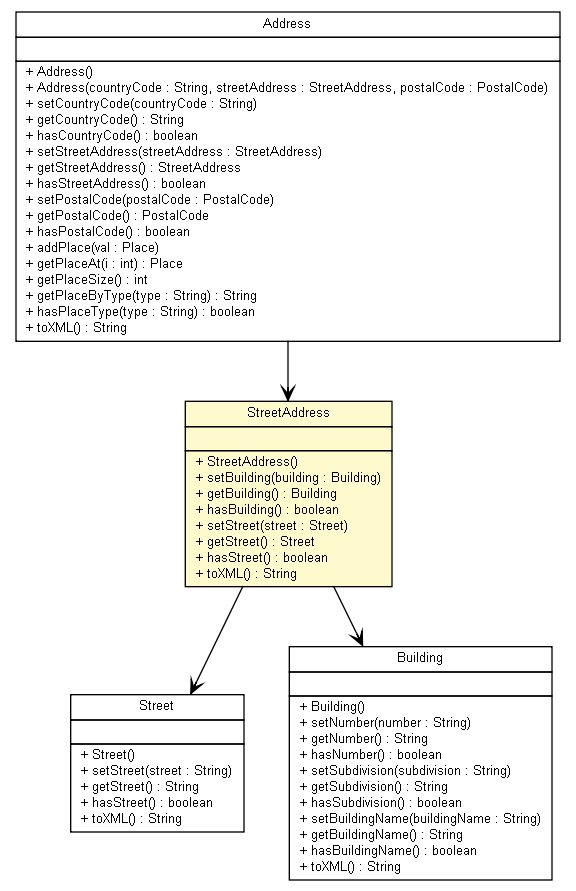
geozet/openls-databinding keeps this Graphviz diagram as apidocs/nl/geozet/openls/databinding/openls/StreetAddress.png. Above is the earlier version. Its source is kept beside it as apidocs/nl/geozet/openls/databinding/openls/StreetAddress.dot.
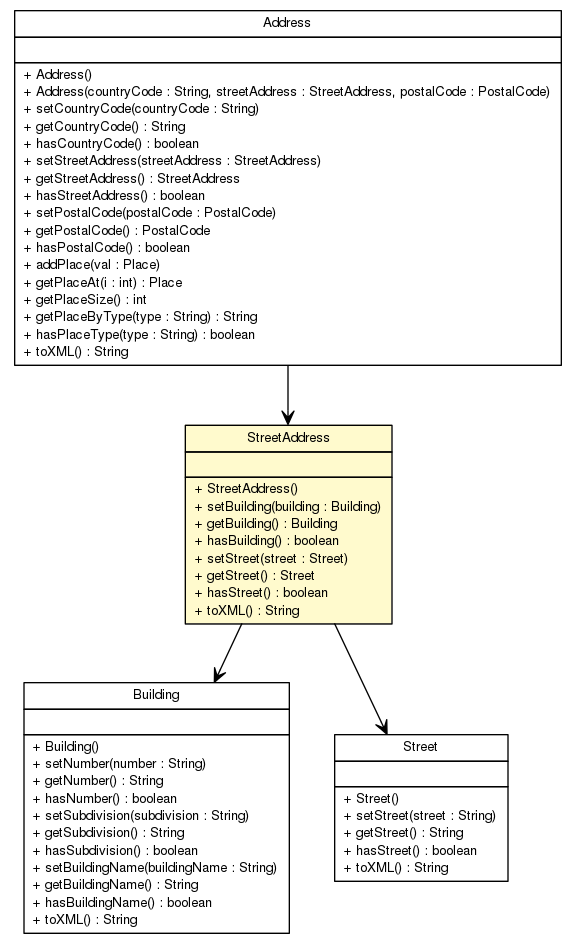
After the change.

The edit, as a diff of the source:
```diff
@@ -1,43 +1,10 @@
 
 digraph G {
-	edge [fontname="arial",fontsize=10,labelfontname="arial",labelfontsize=10];
-	node [fontname="arial",fontsize=10,shape=plaintext];
+	edge [fontname="Helvetica",fontsize=10,labelfontname="Helvetica",labelfontsize=10];
+	node [fontname="Helvetica",fontsize=10,shape=plaintext];
 	nodesep=0.25;
 	ranksep=0.5;
-	c352 [label=<<table title="nl.geozet.openls.databinding.openls.StreetAddress" border="0" cellborder="1" cellspacing="0" cellpadding="2" port="p" bgcolor="lemonChiffon" href="./StreetAddress.html">
-		<tr><td><table border="0" cellspacing="0" cellpadding="1">
-<tr><td align="center" balign="center"> StreetAddress </td></tr>
-		</table></td></tr>
-		<tr><td><table border="0" cellspacing="0" cellpadding="1">
-<tr><td align="left" balign="left">  </td></tr>
-		</table></td></tr>
-		<tr><td><table border="0" cellspacing="0" cellpadding="1">
-<tr><td align="left" balign="left"> + StreetAddress() </td></tr>
-<tr><td align="left" balign="left"> + setBuilding(building : Building) </td></tr>
-<tr><td align="left" balign="left"> + getBuilding() : Building </td></tr>
-<tr><td align="left" balign="left"> + hasBuilding() : boolean </td></tr>
-<tr><td align="left" balign="left"> + setStreet(street : Street) </td></tr>
-<tr><td align="left" balign="left"> + getStreet() : Street </td></tr>
-<tr><td align="left" balign="left"> + hasStreet() : boolean </td></tr>
-<tr><td align="left" balign="left"> + toXML() : String </td></tr>
-		</table></td></tr>
-		</table>>, URL="./StreetAddress.html", fontname="arial", fontcolor="black", fontsize=10.0];
-	c353 [label=<<table title="nl.geozet.openls.databinding.openls.Street" border="0" cellborder="1" cellspacing="0" cellpadding="2" port="p" href="./Street.html">
-		<tr><td><table border="0" cellspacing="0" cellpadding="1">
-<tr><td align="center" balign="center"> Street </td></tr>
-		</table></td></tr>
-		<tr><td><table border="0" cellspacing="0" cellpadding="1">
-<tr><td align="left" balign="left">  </td></tr>
-		</table></td></tr>
-		<tr><td><table border="0" cellspacing="0" cellpadding="1">
-<tr><td align="left" balign="left"> + Street() </td></tr>
-<tr><td align="left" balign="left"> + setStreet(street : String) </td></tr>
-<tr><td align="left" balign="left"> + getStreet() : String </td></tr>
-<tr><td align="left" balign="left"> + hasStreet() : boolean </td></tr>
-<tr><td align="left" balign="left"> + toXML() : String </td></tr>
-		</table></td></tr>
-		</table>>, URL="./Street.html", fontname="arial", fontcolor="black", fontsize=10.0];
-	c361 [label=<<table title="nl.geozet.openls.databinding.openls.Building" border="0" cellborder="1" cellspacing="0" cellpadding="2" port="p" href="./Building.html">
+	c356 [label=<<table title="nl.geozet.openls.databinding.openls.Building" border="0" cellborder="1" cellspacing="0" cellpadding="2" port="p" href="./Building.html">
 		<tr><td><table border="0" cellspacing="0" cellpadding="1">
 <tr><td align="center" balign="center"> Building </td></tr>
 		</table></td></tr>
@@ -57,8 +24,26 @@
 <tr><td align="left" balign="left"> + hasBuildingName() : boolean </td></tr>
 <tr><td align="left" balign="left"> + toXML() : String </td></tr>
 		</table></td></tr>
-		</table>>, URL="./Building.html", fontname="arial", fontcolor="black", fontsize=10.0];
-	c362 [label=<<table title="nl.geozet.openls.databinding.openls.Address" border="0" cellborder="1" cellspacing="0" cellpadding="2" port="p" href="./Address.html">
+		</table>>, URL="./Building.html", fontname="Helvetica", fontcolor="black", fontsize=10.0];
+	c357 [label=<<table title="nl.geozet.openls.databinding.openls.StreetAddress" border="0" cellborder="1" cellspacing="0" cellpadding="2" port="p" bgcolor="lemonChiffon" href="./StreetAddress.html">
+		<tr><td><table border="0" cellspacing="0" cellpadding="1">
+<tr><td align="center" balign="center"> StreetAddress </td></tr>
+		</table></td></tr>
+		<tr><td><table border="0" cellspacing="0" cellpadding="1">
+<tr><td align="left" balign="left">  </td></tr>
+		</table></td></tr>
+		<tr><td><table border="0" cellspacing="0" cellpadding="1">
+<tr><td align="left" balign="left"> + StreetAddress() </td></tr>
+<tr><td align="left" balign="left"> + setBuilding(building : Building) </td></tr>
+<tr><td align="left" balign="left"> + getBuilding() : Building </td></tr>
+<tr><td align="left" balign="left"> + hasBuilding() : boolean </td></tr>
+<tr><td align="left" balign="left"> + setStreet(street : Street) </td></tr>
+<tr><td align="left" balign="left"> + getStreet() : Street </td></tr>
+<tr><td align="left" balign="left"> + hasStreet() : boolean </td></tr>
+<tr><td align="left" balign="left"> + toXML() : String </td></tr>
+		</table></td></tr>
+		</table>>, URL="./StreetAddress.html", fontname="Helvetica", fontcolor="black", fontsize=10.0];
+	c361 [label=<<table title="nl.geozet.openls.databinding.openls.Address" border="0" cellborder="1" cellspacing="0" cellpadding="2" port="p" href="./Address.html">
 		<tr><td><table border="0" cellspacing="0" cellpadding="1">
 <tr><td align="center" balign="center"> Address </td></tr>
 		</table></td></tr>
@@ -84,8 +69,23 @@
 <tr><td align="left" balign="left"> + hasPlaceType(type : String) : boolean </td></tr>
 <tr><td align="left" balign="left"> + toXML() : String </td></tr>
 		</table></td></tr>
-		</table>>, URL="./Address.html", fontname="arial", fontcolor="black", fontsize=10.0];
-	c352:p -> c361:p [taillabel="", label="", headlabel="", fontname="arial", fontcolor="black", fontsize=10.0, color="black", arrowhead=open];
-	c352:p -> c353:p [taillabel="", label="", headlabel="", fontname="arial", fontcolor="black", fontsize=10.0, color="black", arrowhead=open];
-	c362:p -> c352:p [taillabel="", label="", headlabel="", fontname="arial", fontcolor="black", fontsize=10.0, color="black", arrowhead=open];
+		</table>>, URL="./Address.html", fontname="Helvetica", fontcolor="black", fontsize=10.0];
+	c364 [label=<<table title="nl.geozet.openls.databinding.openls.Street" border="0" cellborder="1" cellspacing="0" cellpadding="2" port="p" href="./Street.html">
+		<tr><td><table border="0" cellspacing="0" cellpadding="1">
+<tr><td align="center" balign="center"> Street </td></tr>
+		</table></td></tr>
+		<tr><td><table border="0" cellspacing="0" cellpadding="1">
+<tr><td align="left" balign="left">  </td></tr>
+		</table></td></tr>
+		<tr><td><table border="0" cellspacing="0" cellpadding="1">
+<tr><td align="left" balign="left"> + Street() </td></tr>
+<tr><td align="left" balign="left"> + setStreet(street : String) </td></tr>
+<tr><td align="left" balign="left"> + getStreet() : String </td></tr>
+<tr><td align="left" balign="left"> + hasStreet() : boolean </td></tr>
+<tr><td align="left" balign="left"> + toXML() : String </td></tr>
+		</table></td></tr>
+		</table>>, URL="./Street.html", fontname="Helvetica", fontcolor="black", fontsize=10.0];
+	c357:p -> c356:p [taillabel="", label="", headlabel="", fontname="Helvetica", fontcolor="black", fontsize=10.0, color="black", arrowhead=open];
+	c357:p -> c364:p [taillabel="", label="", headlabel="", fontname="Helvetica", fontcolor="black", fontsize=10.0, color="black", arrowhead=open];
+	c361:p -> c357:p [taillabel="", label="", headlabel="", fontname="Helvetica", fontcolor="black", fontsize=10.0, color="black", arrowhead=open];
 }
```
